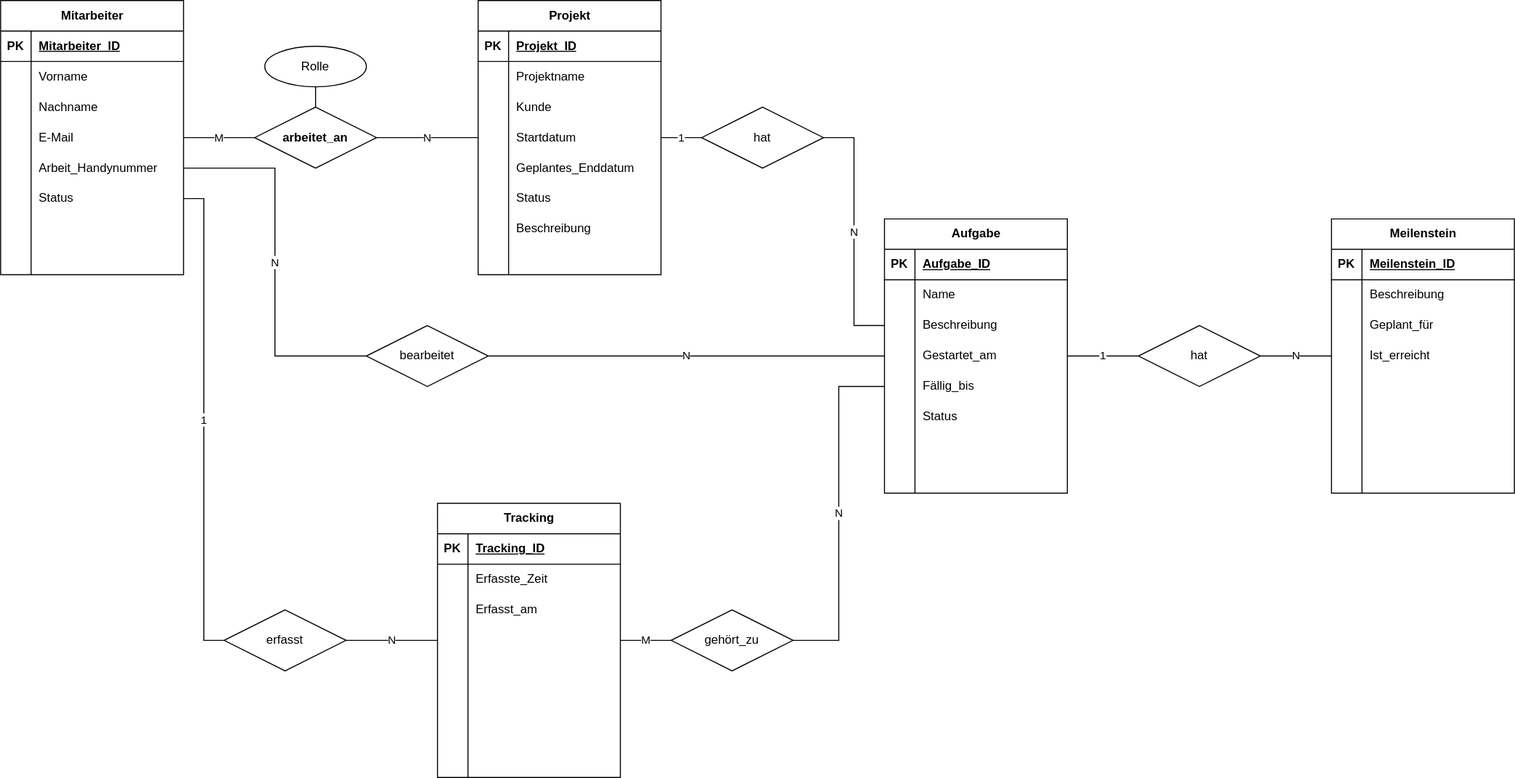
Before: tracking_database_erm.drawio.svg, a diagram exported from draw.io (M1ndflayer/project_tracking_software). Source tidied: cells renumbered, new cells last; positions are measured from the earlier drawing's top-left corner, leaving out a move shared by most shapes.
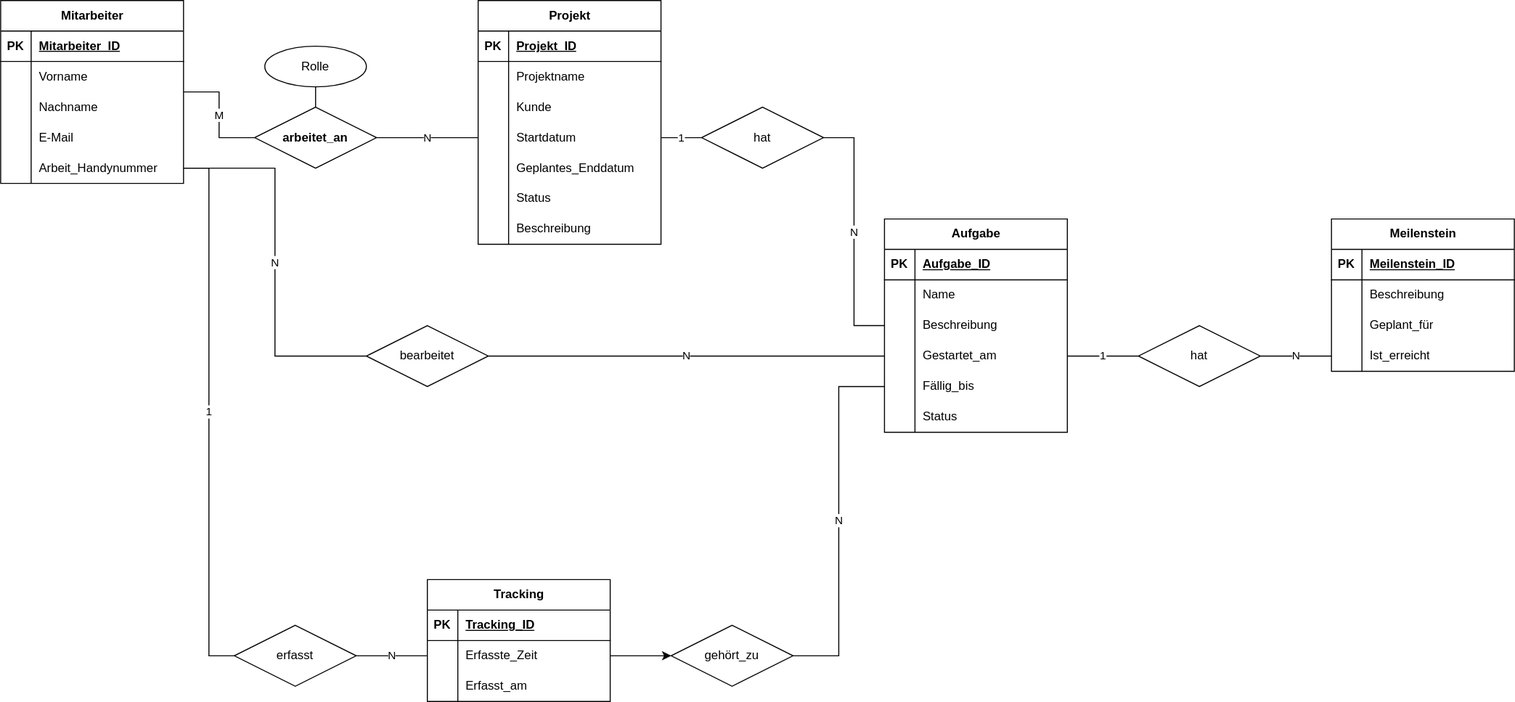
Above is the later version.

Diff of the diagram source:
```diff
@@ -3,7 +3,7 @@
     <mxCell id="0" />
     <mxCell id="1" parent="0" />
     <mxCell id="2" value="Projekt" style="shape=table;startSize=30;rowLines=0;fontStyle=1;align=center;html=1;" parent="1" vertex="1">
-      <mxGeometry x="470" width="180" height="270" as="geometry" />
+      <mxGeometry x="470" width="180" height="240" as="geometry" />
     </mxCell>
     <mxCell id="3" style="shape=tableRow;horizontal=0;startSize=0;swimlaneHead=0;swimlaneBody=0;fillColor=none;top=0;left=0;right=0;bottom=1;" parent="2" vertex="1">
       <mxGeometry y="30" width="180" height="30" as="geometry" />
@@ -68,20 +68,11 @@
     <mxCell id="23" value="Beschreibung" style="shape=partialRectangle;fillColor=none;top=0;left=0;bottom=0;right=0;align=left;spacingLeft=6;overflow=hidden;whiteSpace=wrap;html=1;" parent="21" vertex="1">
       <mxGeometry x="30" width="150" height="30" as="geometry" />
     </mxCell>
-    <mxCell id="24" style="shape=tableRow;horizontal=0;startSize=0;swimlaneHead=0;swimlaneBody=0;fillColor=none;top=0;left=0;right=0;bottom=0;" parent="2" vertex="1">
-      <mxGeometry y="240" width="180" height="30" as="geometry" />
-    </mxCell>
-    <mxCell id="25" style="shape=partialRectangle;fillColor=none;top=0;left=0;bottom=0;right=0;overflow=hidden;whiteSpace=wrap;html=1;" parent="24" vertex="1">
-      <mxGeometry width="30" height="30" as="geometry" />
-    </mxCell>
-    <mxCell id="26" style="shape=partialRectangle;fillColor=none;top=0;left=0;bottom=0;right=0;align=left;spacingLeft=6;overflow=hidden;whiteSpace=wrap;html=1;" parent="24" vertex="1">
-      <mxGeometry x="30" width="150" height="30" as="geometry" />
-    </mxCell>
     <mxCell id="27" value="M" style="edgeStyle=orthogonalEdgeStyle;rounded=0;jettySize=auto;html=1;entryX=0;entryY=0.5;entryDx=0;entryDy=0;endArrow=none;startFill=0;" parent="1" edge="1" source="28" target="130">
       <mxGeometry relative="1" as="geometry" />
     </mxCell>
     <mxCell id="28" value="Mitarbeiter" style="shape=table;startSize=30;rowLines=0;fontStyle=1;align=center;html=1;" parent="1" vertex="1">
-      <mxGeometry width="180" height="270" as="geometry" />
+      <mxGeometry width="180" height="180" as="geometry" />
     </mxCell>
     <mxCell id="29" style="shape=tableRow;horizontal=0;startSize=0;swimlaneHead=0;swimlaneBody=0;fillColor=none;top=0;left=0;right=0;bottom=1;" parent="28" vertex="1">
       <mxGeometry y="30" width="180" height="30" as="geometry" />
@@ -128,35 +119,8 @@
     <mxCell id="43" value="Arbeit_Handynummer" style="shape=partialRectangle;fillColor=none;top=0;left=0;bottom=0;right=0;align=left;spacingLeft=6;overflow=hidden;whiteSpace=wrap;html=1;" parent="41" vertex="1">
       <mxGeometry x="30" width="150" height="30" as="geometry" />
     </mxCell>
-    <mxCell id="44" style="shape=tableRow;horizontal=0;startSize=0;swimlaneHead=0;swimlaneBody=0;fillColor=none;points=[[0,0.5],[1,0.5]];portConstraint=eastwest;top=0;left=0;right=0;bottom=0;" parent="28" vertex="1">
-      <mxGeometry y="180" width="180" height="30" as="geometry" />
-    </mxCell>
-    <mxCell id="45" style="shape=partialRectangle;fillColor=none;top=0;left=0;bottom=0;right=0;overflow=hidden;whiteSpace=wrap;html=1;" parent="44" vertex="1">
-      <mxGeometry width="30" height="30" as="geometry" />
-    </mxCell>
-    <mxCell id="46" value="Status" style="shape=partialRectangle;fillColor=none;top=0;left=0;bottom=0;right=0;align=left;spacingLeft=6;overflow=hidden;whiteSpace=wrap;html=1;" parent="44" vertex="1">
-      <mxGeometry x="30" width="150" height="30" as="geometry" />
-    </mxCell>
-    <mxCell id="47" style="shape=tableRow;horizontal=0;startSize=0;swimlaneHead=0;swimlaneBody=0;fillColor=none;top=0;left=0;right=0;bottom=0;" parent="28" vertex="1">
-      <mxGeometry y="210" width="180" height="30" as="geometry" />
-    </mxCell>
-    <mxCell id="48" style="shape=partialRectangle;fillColor=none;top=0;left=0;bottom=0;right=0;overflow=hidden;whiteSpace=wrap;html=1;" parent="47" vertex="1">
-      <mxGeometry width="30" height="30" as="geometry" />
-    </mxCell>
-    <mxCell id="49" style="shape=partialRectangle;fillColor=none;top=0;left=0;bottom=0;right=0;align=left;spacingLeft=6;overflow=hidden;whiteSpace=wrap;html=1;" parent="47" vertex="1">
-      <mxGeometry x="30" width="150" height="30" as="geometry" />
-    </mxCell>
-    <mxCell id="50" style="shape=tableRow;horizontal=0;startSize=0;swimlaneHead=0;swimlaneBody=0;fillColor=none;top=0;left=0;right=0;bottom=0;" parent="28" vertex="1">
-      <mxGeometry y="240" width="180" height="30" as="geometry" />
-    </mxCell>
-    <mxCell id="51" style="shape=partialRectangle;fillColor=none;top=0;left=0;bottom=0;right=0;overflow=hidden;whiteSpace=wrap;html=1;" parent="50" vertex="1">
-      <mxGeometry width="30" height="30" as="geometry" />
-    </mxCell>
-    <mxCell id="52" style="shape=partialRectangle;fillColor=none;top=0;left=0;bottom=0;right=0;align=left;spacingLeft=6;overflow=hidden;whiteSpace=wrap;html=1;" parent="50" vertex="1">
-      <mxGeometry x="30" width="150" height="30" as="geometry" />
-    </mxCell>
     <mxCell id="53" value="Aufgabe" style="shape=table;startSize=30;rowLines=0;fontStyle=1;align=center;html=1;" parent="1" vertex="1">
-      <mxGeometry x="870" y="215" width="180" height="270" as="geometry" />
+      <mxGeometry x="870" y="215" width="180" height="210" as="geometry" />
     </mxCell>
     <mxCell id="54" style="shape=tableRow;horizontal=0;startSize=0;swimlaneHead=0;swimlaneBody=0;fillColor=none;top=0;left=0;right=0;bottom=1;" parent="53" vertex="1">
       <mxGeometry y="30" width="180" height="30" as="geometry" />
@@ -212,26 +176,8 @@
     <mxCell id="71" value="Status" style="shape=partialRectangle;fillColor=none;top=0;left=0;bottom=0;right=0;align=left;spacingLeft=6;overflow=hidden;whiteSpace=wrap;html=1;" parent="69" vertex="1">
       <mxGeometry x="30" width="150" height="30" as="geometry" />
     </mxCell>
-    <mxCell id="72" style="shape=tableRow;horizontal=0;startSize=0;swimlaneHead=0;swimlaneBody=0;fillColor=none;top=0;left=0;right=0;bottom=0;" parent="53" vertex="1">
-      <mxGeometry y="210" width="180" height="30" as="geometry" />
-    </mxCell>
-    <mxCell id="73" style="shape=partialRectangle;fillColor=none;top=0;left=0;bottom=0;right=0;overflow=hidden;whiteSpace=wrap;html=1;" parent="72" vertex="1">
-      <mxGeometry width="30" height="30" as="geometry" />
-    </mxCell>
-    <mxCell id="74" style="shape=partialRectangle;fillColor=none;top=0;left=0;bottom=0;right=0;align=left;spacingLeft=6;overflow=hidden;whiteSpace=wrap;html=1;" parent="72" vertex="1">
-      <mxGeometry x="30" width="150" height="30" as="geometry" />
-    </mxCell>
-    <mxCell id="75" style="shape=tableRow;horizontal=0;startSize=0;swimlaneHead=0;swimlaneBody=0;fillColor=none;top=0;left=0;right=0;bottom=0;" parent="53" vertex="1">
-      <mxGeometry y="240" width="180" height="30" as="geometry" />
-    </mxCell>
-    <mxCell id="76" style="shape=partialRectangle;fillColor=none;top=0;left=0;bottom=0;right=0;overflow=hidden;whiteSpace=wrap;html=1;" parent="75" vertex="1">
-      <mxGeometry width="30" height="30" as="geometry" />
-    </mxCell>
-    <mxCell id="77" style="shape=partialRectangle;fillColor=none;top=0;left=0;bottom=0;right=0;align=left;spacingLeft=6;overflow=hidden;whiteSpace=wrap;html=1;" parent="75" vertex="1">
-      <mxGeometry x="30" width="150" height="30" as="geometry" />
-    </mxCell>
     <mxCell id="78" value="Meilenstein" style="shape=table;startSize=30;rowLines=0;fontStyle=1;align=center;html=1;" parent="1" vertex="1">
-      <mxGeometry x="1310" y="215" width="180" height="270" as="geometry" />
+      <mxGeometry x="1310" y="215" width="180" height="150" as="geometry" />
     </mxCell>
     <mxCell id="79" style="shape=tableRow;horizontal=0;startSize=0;swimlaneHead=0;swimlaneBody=0;fillColor=none;top=0;left=0;right=0;bottom=1;" parent="78" vertex="1">
       <mxGeometry y="30" width="180" height="30" as="geometry" />
@@ -269,44 +215,8 @@
     <mxCell id="90" value="Ist_erreicht" style="shape=partialRectangle;fillColor=none;top=0;left=0;bottom=0;right=0;align=left;spacingLeft=6;overflow=hidden;whiteSpace=wrap;html=1;" parent="88" vertex="1">
       <mxGeometry x="30" width="150" height="30" as="geometry" />
     </mxCell>
-    <mxCell id="91" style="shape=tableRow;horizontal=0;startSize=0;swimlaneHead=0;swimlaneBody=0;fillColor=none;top=0;left=0;right=0;bottom=0;" parent="78" vertex="1">
-      <mxGeometry y="150" width="180" height="30" as="geometry" />
-    </mxCell>
-    <mxCell id="92" style="shape=partialRectangle;fillColor=none;top=0;left=0;bottom=0;right=0;overflow=hidden;whiteSpace=wrap;html=1;" parent="91" vertex="1">
-      <mxGeometry width="30" height="30" as="geometry" />
-    </mxCell>
-    <mxCell id="93" style="shape=partialRectangle;fillColor=none;top=0;left=0;bottom=0;right=0;align=left;spacingLeft=6;overflow=hidden;whiteSpace=wrap;html=1;" parent="91" vertex="1">
-      <mxGeometry x="30" width="150" height="30" as="geometry" />
-    </mxCell>
-    <mxCell id="94" style="shape=tableRow;horizontal=0;startSize=0;swimlaneHead=0;swimlaneBody=0;fillColor=none;top=0;left=0;right=0;bottom=0;" parent="78" vertex="1">
-      <mxGeometry y="180" width="180" height="30" as="geometry" />
-    </mxCell>
-    <mxCell id="95" style="shape=partialRectangle;fillColor=none;top=0;left=0;bottom=0;right=0;overflow=hidden;whiteSpace=wrap;html=1;" parent="94" vertex="1">
-      <mxGeometry width="30" height="30" as="geometry" />
-    </mxCell>
-    <mxCell id="96" style="shape=partialRectangle;fillColor=none;top=0;left=0;bottom=0;right=0;align=left;spacingLeft=6;overflow=hidden;whiteSpace=wrap;html=1;" parent="94" vertex="1">
-      <mxGeometry x="30" width="150" height="30" as="geometry" />
-    </mxCell>
-    <mxCell id="97" style="shape=tableRow;horizontal=0;startSize=0;swimlaneHead=0;swimlaneBody=0;fillColor=none;top=0;left=0;right=0;bottom=0;" parent="78" vertex="1">
-      <mxGeometry y="210" width="180" height="30" as="geometry" />
-    </mxCell>
-    <mxCell id="98" style="shape=partialRectangle;fillColor=none;top=0;left=0;bottom=0;right=0;overflow=hidden;whiteSpace=wrap;html=1;" parent="97" vertex="1">
-      <mxGeometry width="30" height="30" as="geometry" />
-    </mxCell>
-    <mxCell id="99" style="shape=partialRectangle;fillColor=none;top=0;left=0;bottom=0;right=0;align=left;spacingLeft=6;overflow=hidden;whiteSpace=wrap;html=1;" parent="97" vertex="1">
-      <mxGeometry x="30" width="150" height="30" as="geometry" />
-    </mxCell>
-    <mxCell id="100" style="shape=tableRow;horizontal=0;startSize=0;swimlaneHead=0;swimlaneBody=0;fillColor=none;top=0;left=0;right=0;bottom=0;" parent="78" vertex="1">
-      <mxGeometry y="240" width="180" height="30" as="geometry" />
-    </mxCell>
-    <mxCell id="101" style="shape=partialRectangle;fillColor=none;top=0;left=0;bottom=0;right=0;overflow=hidden;whiteSpace=wrap;html=1;" parent="100" vertex="1">
-      <mxGeometry width="30" height="30" as="geometry" />
-    </mxCell>
-    <mxCell id="102" style="shape=partialRectangle;fillColor=none;top=0;left=0;bottom=0;right=0;align=left;spacingLeft=6;overflow=hidden;whiteSpace=wrap;html=1;" parent="100" vertex="1">
-      <mxGeometry x="30" width="150" height="30" as="geometry" />
-    </mxCell>
     <mxCell id="103" value="Tracking" style="shape=table;startSize=30;rowLines=0;fontStyle=1;align=center;html=1;" parent="1" vertex="1">
-      <mxGeometry x="430" y="495" width="180" height="270" as="geometry" />
+      <mxGeometry x="420" y="570" width="180" height="120" as="geometry" />
     </mxCell>
     <mxCell id="104" style="shape=tableRow;horizontal=0;startSize=0;swimlaneHead=0;swimlaneBody=0;fillColor=none;top=0;left=0;right=0;bottom=1;" parent="103" vertex="1">
       <mxGeometry y="30" width="180" height="30" as="geometry" />
@@ -335,51 +245,6 @@
     <mxCell id="112" value="Erfasst_am" style="shape=partialRectangle;fillColor=none;top=0;left=0;bottom=0;right=0;align=left;spacingLeft=6;overflow=hidden;whiteSpace=wrap;html=1;" parent="110" vertex="1">
       <mxGeometry x="30" width="150" height="30" as="geometry" />
     </mxCell>
-    <mxCell id="113" style="shape=tableRow;horizontal=0;startSize=0;swimlaneHead=0;swimlaneBody=0;fillColor=none;points=[[0,0.5],[1,0.5]];portConstraint=eastwest;top=0;left=0;right=0;bottom=0;" parent="103" vertex="1">
-      <mxGeometry y="120" width="180" height="30" as="geometry" />
-    </mxCell>
-    <mxCell id="114" style="shape=partialRectangle;fillColor=none;top=0;left=0;bottom=0;right=0;overflow=hidden;whiteSpace=wrap;html=1;" parent="113" vertex="1">
-      <mxGeometry width="30" height="30" as="geometry" />
-    </mxCell>
-    <mxCell id="115" style="shape=partialRectangle;fillColor=none;top=0;left=0;bottom=0;right=0;align=left;spacingLeft=6;overflow=hidden;whiteSpace=wrap;html=1;" parent="113" vertex="1">
-      <mxGeometry x="30" width="150" height="30" as="geometry" />
-    </mxCell>
-    <mxCell id="116" style="shape=tableRow;horizontal=0;startSize=0;swimlaneHead=0;swimlaneBody=0;fillColor=none;top=0;left=0;right=0;bottom=0;" parent="103" vertex="1">
-      <mxGeometry y="150" width="180" height="30" as="geometry" />
-    </mxCell>
-    <mxCell id="117" style="shape=partialRectangle;fillColor=none;top=0;left=0;bottom=0;right=0;overflow=hidden;whiteSpace=wrap;html=1;" parent="116" vertex="1">
-      <mxGeometry width="30" height="30" as="geometry" />
-    </mxCell>
-    <mxCell id="118" style="shape=partialRectangle;fillColor=none;top=0;left=0;bottom=0;right=0;align=left;spacingLeft=6;overflow=hidden;whiteSpace=wrap;html=1;" parent="116" vertex="1">
-      <mxGeometry x="30" width="150" height="30" as="geometry" />
-    </mxCell>
-    <mxCell id="119" style="shape=tableRow;horizontal=0;startSize=0;swimlaneHead=0;swimlaneBody=0;fillColor=none;top=0;left=0;right=0;bottom=0;" parent="103" vertex="1">
-      <mxGeometry y="180" width="180" height="30" as="geometry" />
-    </mxCell>
-    <mxCell id="120" style="shape=partialRectangle;fillColor=none;top=0;left=0;bottom=0;right=0;overflow=hidden;whiteSpace=wrap;html=1;" parent="119" vertex="1">
-      <mxGeometry width="30" height="30" as="geometry" />
-    </mxCell>
-    <mxCell id="121" style="shape=partialRectangle;fillColor=none;top=0;left=0;bottom=0;right=0;align=left;spacingLeft=6;overflow=hidden;whiteSpace=wrap;html=1;" parent="119" vertex="1">
-      <mxGeometry x="30" width="150" height="30" as="geometry" />
-    </mxCell>
-    <mxCell id="122" style="shape=tableRow;horizontal=0;startSize=0;swimlaneHead=0;swimlaneBody=0;fillColor=none;top=0;left=0;right=0;bottom=0;" parent="103" vertex="1">
-      <mxGeometry y="210" width="180" height="30" as="geometry" />
-    </mxCell>
-    <mxCell id="123" style="shape=partialRectangle;fillColor=none;top=0;left=0;bottom=0;right=0;overflow=hidden;whiteSpace=wrap;html=1;" parent="122" vertex="1">
-      <mxGeometry width="30" height="30" as="geometry" />
-    </mxCell>
-    <mxCell id="124" style="shape=partialRectangle;fillColor=none;top=0;left=0;bottom=0;right=0;align=left;spacingLeft=6;overflow=hidden;whiteSpace=wrap;html=1;" parent="122" vertex="1">
-      <mxGeometry x="30" width="150" height="30" as="geometry" />
-    </mxCell>
-    <mxCell id="125" style="shape=tableRow;horizontal=0;startSize=0;swimlaneHead=0;swimlaneBody=0;fillColor=none;top=0;left=0;right=0;bottom=0;" parent="103" vertex="1">
-      <mxGeometry y="240" width="180" height="30" as="geometry" />
-    </mxCell>
-    <mxCell id="126" style="shape=partialRectangle;fillColor=none;top=0;left=0;bottom=0;right=0;overflow=hidden;whiteSpace=wrap;html=1;" parent="125" vertex="1">
-      <mxGeometry width="30" height="30" as="geometry" />
-    </mxCell>
-    <mxCell id="127" style="shape=partialRectangle;fillColor=none;top=0;left=0;bottom=0;right=0;align=left;spacingLeft=6;overflow=hidden;whiteSpace=wrap;html=1;" parent="125" vertex="1">
-      <mxGeometry x="30" width="150" height="30" as="geometry" />
-    </mxCell>
     <mxCell id="128" value="N" style="edgeStyle=orthogonalEdgeStyle;rounded=0;jettySize=auto;html=1;exitX=1;exitY=0.5;exitDx=0;exitDy=0;entryX=0;entryY=0.5;entryDx=0;entryDy=0;endArrow=none;startFill=0;" parent="1" edge="1" source="130" target="12">
       <mxGeometry relative="1" as="geometry" />
     </mxCell>
@@ -423,19 +288,28 @@
       <mxGeometry relative="1" as="geometry" />
     </mxCell>
     <mxCell id="142" value="gehört_zu" style="shape=rhombus;perimeter=rhombusPerimeter;whiteSpace=wrap;html=1;align=center;" parent="1" vertex="1">
-      <mxGeometry x="660" y="600" width="120" height="60" as="geometry" />
+      <mxGeometry x="660" y="615" width="120" height="60" as="geometry" />
     </mxCell>
-    <mxCell id="143" value="M" style="edgeStyle=orthogonalEdgeStyle;rounded=0;jettySize=auto;html=1;exitX=1;exitY=0.5;exitDx=0;exitDy=0;entryX=0;entryY=0.5;entryDx=0;entryDy=0;endArrow=none;startFill=0;" parent="1" edge="1" source="113" target="142">
+    <mxCell id="143" value="M" style="edgeStyle=orthogonalEdgeStyle;rounded=0;jettySize=auto;html=1;exitX=1;exitY=0.5;exitDx=0;exitDy=0;entryX=0;entryY=0.5;entryDx=0;entryDy=0;endArrow=none;startFill=0;" parent="1" edge="1" source="x" target="142">
       <mxGeometry relative="1" as="geometry" />
     </mxCell>
-    <mxCell id="144" value="N" style="edgeStyle=orthogonalEdgeStyle;rounded=0;jettySize=auto;html=1;exitX=1;exitY=0.5;exitDx=0;exitDy=0;entryX=0;entryY=0.5;entryDx=0;entryDy=0;endArrow=none;startFill=0;" parent="1" edge="1" source="145" target="113">
+    <mxCell id="144" value="N" style="edgeStyle=orthogonalEdgeStyle;rounded=0;jettySize=auto;html=1;exitX=1;exitY=0.5;exitDx=0;exitDy=0;entryX=0;entryY=0.5;entryDx=0;entryDy=0;endArrow=none;startFill=0;" parent="1" edge="1" source="145" target="x">
       <mxGeometry relative="1" as="geometry" />
     </mxCell>
+    <mxCell id="147" value="N" style="edgeStyle=orthogonalEdgeStyle;rounded=0;jettySize=auto;html=1;exitX=1;exitY=0.5;exitDx=0;exitDy=0;entryX=0;entryY=0.5;entryDx=0;entryDy=0;endArrow=none;startFill=0;" parent="1" edge="1" source="145" target="107">
+      <mxGeometry relative="1" as="geometry" />
+    </mxCell>
     <mxCell id="145" value="erfasst" style="shape=rhombus;perimeter=rhombusPerimeter;whiteSpace=wrap;html=1;align=center;" parent="1" vertex="1">
-      <mxGeometry x="220" y="600" width="120" height="60" as="geometry" />
+      <mxGeometry x="230" y="615" width="120" height="60" as="geometry" />
     </mxCell>
-    <mxCell id="146" value="1" style="edgeStyle=orthogonalEdgeStyle;rounded=0;jettySize=auto;html=1;exitX=1;exitY=0.5;exitDx=0;exitDy=0;entryX=0;entryY=0.5;entryDx=0;entryDy=0;endArrow=none;startFill=0;" parent="1" edge="1" source="44" target="145">
+    <mxCell id="146" value="1" style="edgeStyle=orthogonalEdgeStyle;rounded=0;jettySize=auto;html=1;exitX=1;exitY=0.5;exitDx=0;exitDy=0;entryX=0;entryY=0.5;entryDx=0;entryDy=0;endArrow=none;startFill=0;" parent="1" edge="1" source="x" target="145">
       <mxGeometry relative="1" as="geometry" />
     </mxCell>
+    <mxCell id="148" style="edgeStyle=orthogonalEdgeStyle;rounded=0;jettySize=auto;html=1;exitX=1;exitY=0.5;exitDx=0;exitDy=0;entryX=0;entryY=0.5;entryDx=0;entryDy=0;" parent="1" edge="1" source="107" target="142">
+      <mxGeometry relative="1" as="geometry" />
+    </mxCell>
+    <mxCell id="149" value="1" style="edgeStyle=orthogonalEdgeStyle;rounded=0;jettySize=auto;html=1;exitX=1;exitY=0.5;exitDx=0;exitDy=0;entryX=0;entryY=0.5;entryDx=0;entryDy=0;endArrow=none;startFill=0;" parent="1" edge="1" source="41" target="145">
+      <mxGeometry relative="1" as="geometry" />
+    </mxCell>
   </root>
 </mxGraphModel>
```
